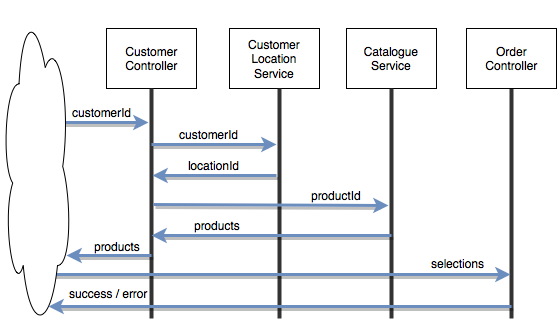
Above: docs/customerproducts_flowDiagram.png in amadeoas/spring-customerproducts (draw.io), before the change. Source tidied: cells renumbered, new cells last; positions are measured from the earlier drawing's top-left corner, leaving out a move shared by most shapes.
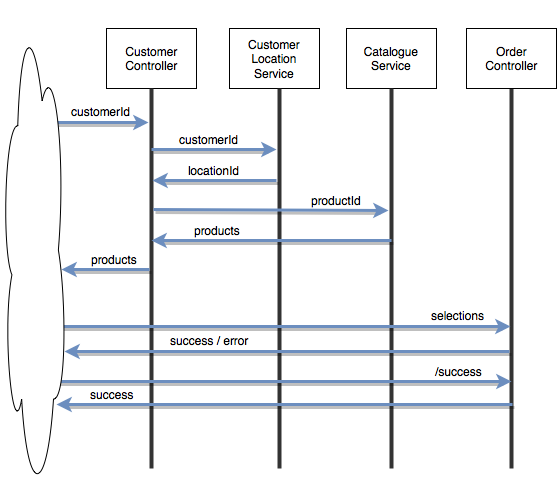
The same diagram one commit later.

Diff of the diagram source:
```diff
@@ -12,13 +12,13 @@
       <mxGeometry x="345" y="27" width="90" height="60" as="geometry" />
     </mxCell>
     <mxCell id="5" style="line;direction=south;html=1;strokeColor=#333333;" parent="1" vertex="1">
-      <mxGeometry x="145" y="87" width="10" height="230" as="geometry" />
+      <mxGeometry x="145" y="87" width="10" height="380" as="geometry" />
     </mxCell>
     <mxCell id="6" style="line;direction=south;html=1;strokeColor=#333333;" parent="1" vertex="1">
-      <mxGeometry x="273" y="87" width="10" height="230" as="geometry" />
+      <mxGeometry x="273" y="87" width="10" height="380" as="geometry" />
     </mxCell>
     <mxCell id="7" style="line;direction=south;html=1;strokeColor=#333333;" parent="1" vertex="1">
-      <mxGeometry x="385" y="87" width="10" height="230" as="geometry" />
+      <mxGeometry x="385" y="87" width="10" height="380" as="geometry" />
     </mxCell>
     <mxCell id="8" style="endArrow=classic;html=1;plain-blue;shadow=1;strokeWidth=3;" parent="1" edge="1">
       <mxGeometry relative="1" as="geometry">
@@ -28,13 +28,13 @@
     </mxCell>
     <mxCell id="9" value="customerId" style="text;html=1;align=center;verticalAlign=middle;labelBackgroundColor=#ffffff;" parent="8" vertex="1">
       <mxGeometry x="-0.39" y="-2" relative="1" as="geometry">
-        <mxPoint x="29" y="-13" as="offset" />
+        <mxPoint x="28" y="-14" as="offset" />
       </mxGeometry>
     </mxCell>
     <mxCell id="10" style="endArrow=classic;html=1;strokeWidth=3;shadow=1;plain-blue;" parent="1" edge="1">
-      <mxGeometry x="245" y="186" as="geometry">
-        <mxPoint x="150" y="143" as="sourcePoint" />
-        <mxPoint x="275" y="143" as="targetPoint" />
+      <mxGeometry x="245" y="191" as="geometry">
+        <mxPoint x="150" y="148" as="sourcePoint" />
+        <mxPoint x="275" y="148" as="targetPoint" />
       </mxGeometry>
     </mxCell>
     <mxCell id="11" value="customerId" style="text;html=1;align=center;verticalAlign=middle;labelBackgroundColor=#ffffff;" parent="10" vertex="1">
@@ -43,9 +43,9 @@
       </mxGeometry>
     </mxCell>
     <mxCell id="12" style="endArrow=classic;html=1;entryX=0.348;entryY=0.4;entryPerimeter=0;strokeWidth=3;shadow=1;plain-blue;" parent="1" edge="1">
-      <mxGeometry x="130" y="206" as="geometry">
-        <mxPoint x="275" y="174" as="sourcePoint" />
-        <mxPoint x="151" y="174" as="targetPoint" />
+      <mxGeometry x="130" y="211" as="geometry">
+        <mxPoint x="275" y="179" as="sourcePoint" />
+        <mxPoint x="151" y="179" as="targetPoint" />
       </mxGeometry>
     </mxCell>
     <mxCell id="13" value="locationId" style="text;html=1;align=center;verticalAlign=middle;labelBackgroundColor=#ffffff;" parent="12" vertex="1">
@@ -54,9 +54,9 @@
       </mxGeometry>
     </mxCell>
     <mxCell id="14" style="endArrow=classic;html=1;plain-blue;shadow=1;strokeWidth=3;" parent="1" edge="1">
-      <mxGeometry x="247" y="246" as="geometry">
-        <mxPoint x="152" y="203" as="sourcePoint" />
-        <mxPoint x="387" y="204" as="targetPoint" />
+      <mxGeometry x="247" y="251" as="geometry">
+        <mxPoint x="152" y="208" as="sourcePoint" />
+        <mxPoint x="387" y="209" as="targetPoint" />
       </mxGeometry>
     </mxCell>
     <mxCell id="15" value="productId" style="text;html=1;align=center;verticalAlign=middle;labelBackgroundColor=#ffffff;" parent="14" vertex="1">
@@ -65,9 +65,9 @@
       </mxGeometry>
     </mxCell>
     <mxCell id="16" style="endArrow=classic;html=1;plain-blue;shadow=1;strokeWidth=3;entryX=0.661;entryY=0.3;entryPerimeter=0;" parent="1" edge="1">
-      <mxGeometry x="251" y="245" as="geometry">
-        <mxPoint x="390" y="234" as="sourcePoint" />
-        <mxPoint x="150" y="234" as="targetPoint" />
+      <mxGeometry x="251" y="250" as="geometry">
+        <mxPoint x="390" y="239" as="sourcePoint" />
+        <mxPoint x="150" y="239" as="targetPoint" />
       </mxGeometry>
     </mxCell>
     <mxCell id="17" value="products &lt;br&gt;" style="text;html=1;align=center;verticalAlign=middle;labelBackgroundColor=#ffffff;" parent="16" vertex="1">
@@ -76,15 +76,15 @@
       </mxGeometry>
     </mxCell>
     <mxCell id="18" style="line;direction=south;html=1;strokeColor=#333333;" parent="1" vertex="1">
-      <mxGeometry x="505" y="87" width="10" height="230" as="geometry" />
+      <mxGeometry x="505" y="87" width="10" height="380" as="geometry" />
     </mxCell>
     <mxCell id="19" value="Order&lt;br&gt;Controller" style="whiteSpace=wrap;html=1;" parent="1" vertex="1">
       <mxGeometry x="465" y="27" width="90" height="60" as="geometry" />
     </mxCell>
     <mxCell id="20" style="endArrow=classic;html=1;entryX=0.961;entryY=0.6;entryPerimeter=0;plain-blue;shadow=1;strokeWidth=3;" parent="1" edge="1">
-      <mxGeometry x="140" y="315" as="geometry">
-        <mxPoint x="45" y="273" as="sourcePoint" />
-        <mxPoint x="509" y="273" as="targetPoint" />
+      <mxGeometry x="140" y="367" as="geometry">
+        <mxPoint x="45" y="325" as="sourcePoint" />
+        <mxPoint x="509" y="325" as="targetPoint" />
       </mxGeometry>
     </mxCell>
     <mxCell id="21" value="selections" style="text;html=1;align=center;verticalAlign=middle;labelBackgroundColor=#ffffff;" parent="20" vertex="1">
@@ -92,29 +92,52 @@
         <mxPoint x="269" y="-14" as="offset" />
       </mxGeometry>
     </mxCell>
-    <mxCell id="22" style="ellipse;shape=cloud;whiteSpace=wrap;html=1;" parent="1" vertex="1">
-      <mxGeometry width="70" height="330" as="geometry" />
-    </mxCell>
-    <mxCell id="23" style="endArrow=classic;html=1;plain-blue;shadow=1;strokeWidth=3;entryX=0.671;entryY=0.924;entryPerimeter=0;" parent="1" edge="1" target="22">
-      <mxGeometry x="373" y="317" as="geometry">
-        <mxPoint x="510" y="305" as="sourcePoint" />
+    <mxCell id="23" style="endArrow=classic;html=1;plain-blue;shadow=1;strokeWidth=3;" parent="1" edge="1">
+      <mxGeometry x="371" y="362" as="geometry">
+        <mxPoint x="508" y="350" as="sourcePoint" />
+        <mxPoint x="63" y="350" as="targetPoint" />
       </mxGeometry>
     </mxCell>
     <mxCell id="24" value="success / error&lt;br&gt;" style="text;html=1;align=center;verticalAlign=middle;labelBackgroundColor=#ffffff;" parent="23" vertex="1">
       <mxGeometry x="-0.39" y="-2" relative="1" as="geometry">
-        <mxPoint x="-261" y="-12" as="offset" />
+        <mxPoint x="-164" y="-10" as="offset" />
       </mxGeometry>
     </mxCell>
-    <mxCell id="25" style="endArrow=classic;html=1;strokeWidth=3;shadow=1;plain-blue;entryX=0.929;entryY=0.776;entryPerimeter=0;" parent="1" edge="1">
-      <mxGeometry x="39" y="283" as="geometry">
-        <mxPoint x="150" y="254" as="sourcePoint" />
-        <mxPoint x="65" y="254" as="targetPoint" />
+    <mxCell id="25" style="endArrow=classic;html=1;strokeWidth=3;shadow=1;plain-blue;" parent="1" edge="1">
+      <mxGeometry x="38" y="294" as="geometry">
+        <mxPoint x="148" y="268" as="sourcePoint" />
+        <mxPoint x="60" y="268" as="targetPoint" />
       </mxGeometry>
     </mxCell>
     <mxCell id="26" value="products" style="text;html=1;align=center;verticalAlign=middle;labelBackgroundColor=#ffffff;" parent="25" vertex="1">
       <mxGeometry x="-0.39" y="-2" relative="1" as="geometry">
-        <mxPoint x="-9" y="-8" as="offset" />
+        <mxPoint x="-9" y="-9" as="offset" />
       </mxGeometry>
     </mxCell>
+    <mxCell id="27" style="endArrow=classic;html=1;plain-blue;shadow=1;strokeWidth=3;entryX=0.846;entryY=0.815;entryPerimeter=0;" parent="1" edge="1">
+      <mxGeometry x="373" y="411" as="geometry">
+        <mxPoint x="511" y="403" as="sourcePoint" />
+        <mxPoint x="55" y="403" as="targetPoint" />
+      </mxGeometry>
+    </mxCell>
+    <mxCell id="28" value="success&lt;br&gt;" style="text;html=1;align=center;verticalAlign=middle;labelBackgroundColor=#ffffff;" parent="27" vertex="1">
+      <mxGeometry x="-0.39" y="-2" relative="1" as="geometry">
+        <mxPoint x="-261" y="-9" as="offset" />
+      </mxGeometry>
+    </mxCell>
+    <mxCell id="29" style="endArrow=classic;html=1;entryX=0.961;entryY=0.6;entryPerimeter=0;plain-blue;shadow=1;strokeWidth=3;" parent="1" edge="1">
+      <mxGeometry x="141" y="422" as="geometry">
+        <mxPoint x="46" y="380" as="sourcePoint" />
+        <mxPoint x="510" y="380" as="targetPoint" />
+      </mxGeometry>
+    </mxCell>
+    <mxCell id="30" value="/success" style="text;html=1;align=center;verticalAlign=middle;labelBackgroundColor=#ffffff;" parent="29" vertex="1">
+      <mxGeometry x="-0.39" y="-2" relative="1" as="geometry">
+        <mxPoint x="269" y="-13" as="offset" />
+      </mxGeometry>
+    </mxCell>
+    <mxCell id="22" style="ellipse;shape=cloud;whiteSpace=wrap;html=1;" parent="1" vertex="1">
+      <mxGeometry width="65" height="497" as="geometry" />
+    </mxCell>
   </root>
 </mxGraphModel>
```
